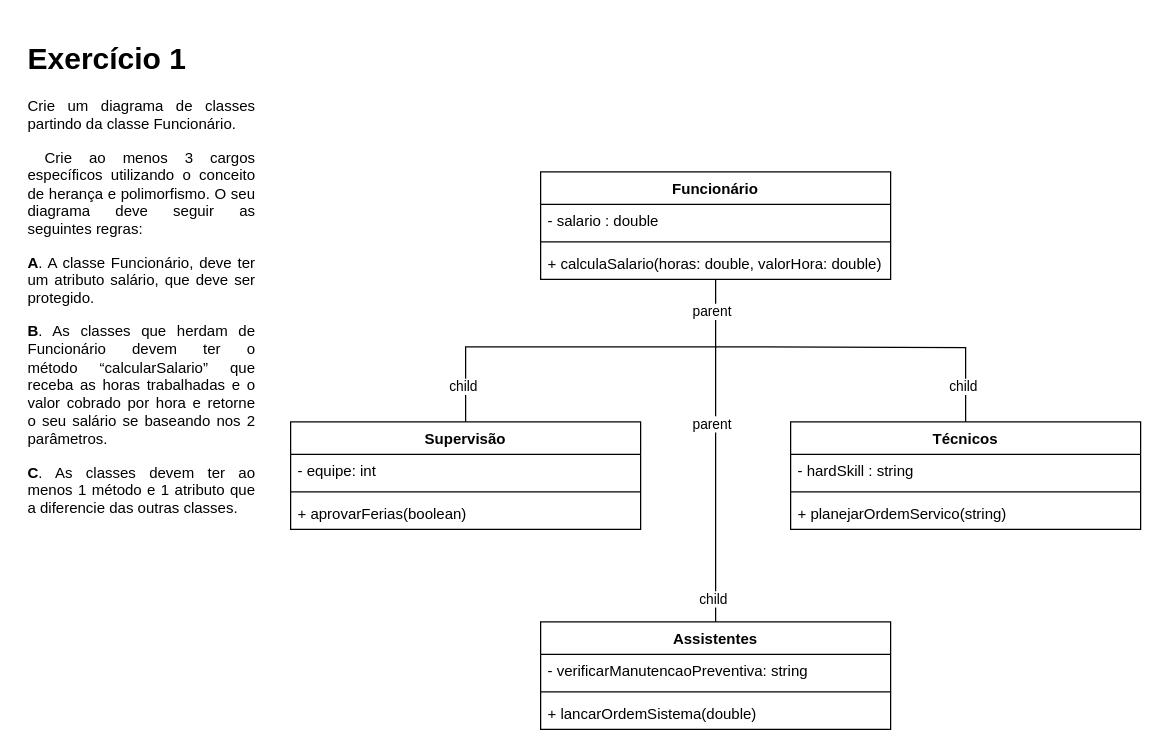
Before: page "EX01" (1 of 4) of projetos/a09_AulaDiagramaUML/ExerciciosDiagrama14062023.drawio in carloslaczynskizup/ProjetoZero, a draw.io diagram. Source tidied: cells renumbered, new cells numbered last; positions are measured from the earlier drawing's top-left corner, leaving out a move shared by most shapes. Both pictures are drawn from the tidied source at 125%, with x=0, y=0 at pixel (21, 34).
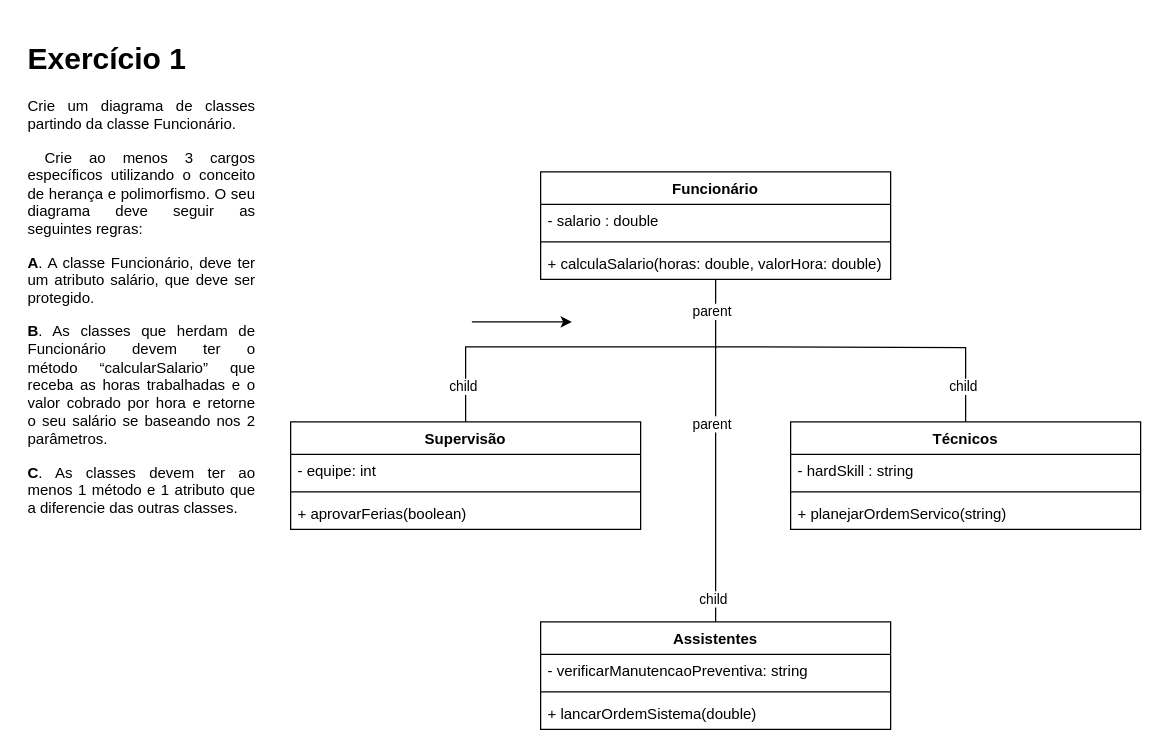
After the change.

Change to the diagram source:
```diff
@@
+    <mxCell id="27" style="edgeStyle=none;orthogonalLoop=1;jettySize=auto;html=1;rounded=0;" parent="1" edge="1">
+      <mxGeometry relative="1" as="geometry">
+        <mxPoint x="360" y="230" as="sourcePoint" />
+        <mxPoint x="440" y="230" as="targetPoint" />
+      </mxGeometry>
+    </mxCell>
```
